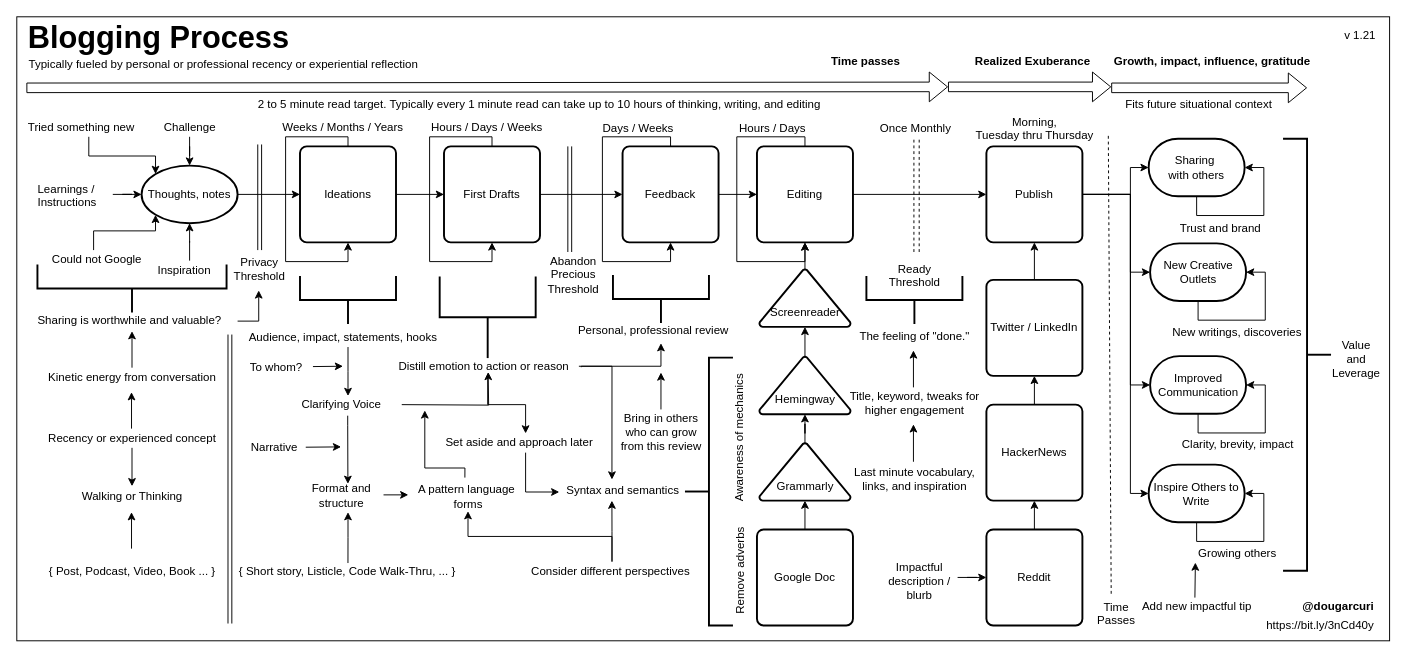
The draw.io diagram mentoring/diagrams/blogging-process.drawio in solidi/learning-notes, before the edit. Source tidied: cells renumbered, new cells numbered last; positions are measured from the earlier drawing's top-left corner, leaving out a move shared by most shapes. Both pictures are drawn from the tidied source at 96%, with x=0, y=0 at pixel (16, 16).
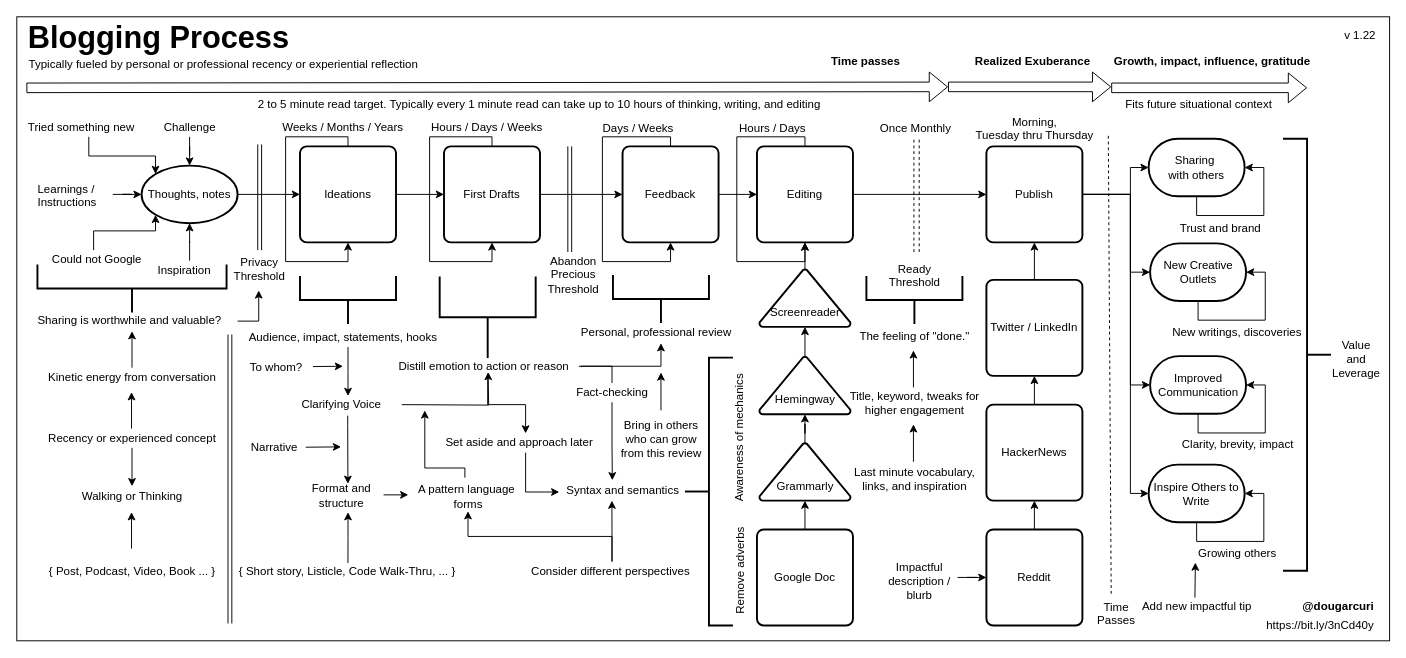
Above is the later version.

Commit message (it also covers changes not shown here):
Add fact-checking to the blogging diagram

The change refers to these unchanged cells:
```xml
<mxCell id="41" value="Distill emotion to action or reason" style="text;html=1;points=[];align=left;verticalAlign=top;spacingTop=-4;" parent="1" vertex="1">
  <mxGeometry x="395.5" y="354" width="190" height="20" as="geometry" />
</mxCell>
<mxCell id="52" value="Syntax and semantics" style="text;html=1;points=[];align=center;verticalAlign=top;spacingTop=-4;" parent="1" vertex="1">
  <mxGeometry x="566" y="484" width="130" height="20" as="geometry" />
</mxCell>
```

The edit, as a diff of the source:
```diff
@@
     <mxCell id="36" value="Personal, professional review" style="text;html=1;align=left;verticalAlign=top;spacingTop=-4;" parent="1" vertex="1">
-      <mxGeometry x="583" y="317" width="170" height="20" as="geometry" />
+      <mxGeometry x="585.5" y="318.5" width="170" height="20" as="geometry" />
     </mxCell>
@@
-    <mxCell id="39" style="edgeStyle=orthogonalEdgeStyle;rounded=0;jettySize=auto;html=1;entryX=0.415;entryY=-0.1;entryDx=0;entryDy=0;entryPerimeter=0;" parent="1" edge="1" source="41" target="52">
+    <mxCell id="39" style="edgeStyle=orthogonalEdgeStyle;rounded=0;jettySize=auto;html=1;endArrow=none;endFill=0;startArrow=none;startFill=0;" parent="1" edge="1" source="41" target="145">
       <mxGeometry relative="1" as="geometry">
         <Array as="points">
           <mxPoint x="620" y="364" />
         </Array>
       </mxGeometry>
     </mxCell>
@@
     <mxCell id="103" value="Bring in others&lt;br&gt;who can grow&lt;br&gt;from this review" style="text;html=1;align=center;verticalAlign=top;spacingTop=-4;" parent="1" vertex="1">
-      <mxGeometry x="621" y="409" width="100" height="40" as="geometry" />
+      <mxGeometry x="621" y="415.5" width="100" height="40" as="geometry" />
     </mxCell>
-    <mxCell id="104" style="edgeStyle=orthogonalEdgeStyle;rounded=0;orthogonalLoop=1;jettySize=auto;html=1;exitX=0.5;exitY=0;exitDx=0;exitDy=0;entryX=0.5;entryY=1;entryDx=0;entryDy=0;" parent="1" edge="1">
+    <mxCell id="104" style="edgeStyle=orthogonalEdgeStyle;rounded=0;orthogonalLoop=1;jettySize=auto;html=1;entryX=0.5;entryY=1;entryDx=0;entryDy=0;" parent="1" edge="1">
       <mxGeometry relative="1" as="geometry">
-        <mxPoint x="671" y="409" as="sourcePoint" />
+        <mxPoint x="671" y="410" as="sourcePoint" />
         <mxPoint x="671" y="370.5" as="targetPoint" />
       </mxGeometry>
     </mxCell>
@@
-    <mxCell id="121" value="v 1.21" style="text;html=1;align=center;verticalAlign=middle;" parent="1" vertex="1">
+    <mxCell id="121" value="v 1.22" style="text;html=1;align=center;verticalAlign=middle;" parent="1" vertex="1">
       <mxGeometry x="1374" y="10" width="50" height="20" as="geometry" />
     </mxCell>
@@
+    <mxCell id="144" style="edgeStyle=orthogonalEdgeStyle;rounded=0;jettySize=auto;html=1;entryX=0.418;entryY=-0.062;entryDx=0;entryDy=0;entryPerimeter=0;" parent="1" edge="1" source="145" target="52">
+      <mxGeometry relative="1" as="geometry" />
+    </mxCell>
+    <mxCell id="145" value="Fact-checking" style="text;html=1;align=center;verticalAlign=middle;points=[];strokeColor=none;fillColor=none;" parent="1" vertex="1">
+      <mxGeometry x="575" y="381.5" width="90" height="20" as="geometry" />
+    </mxCell>
```
